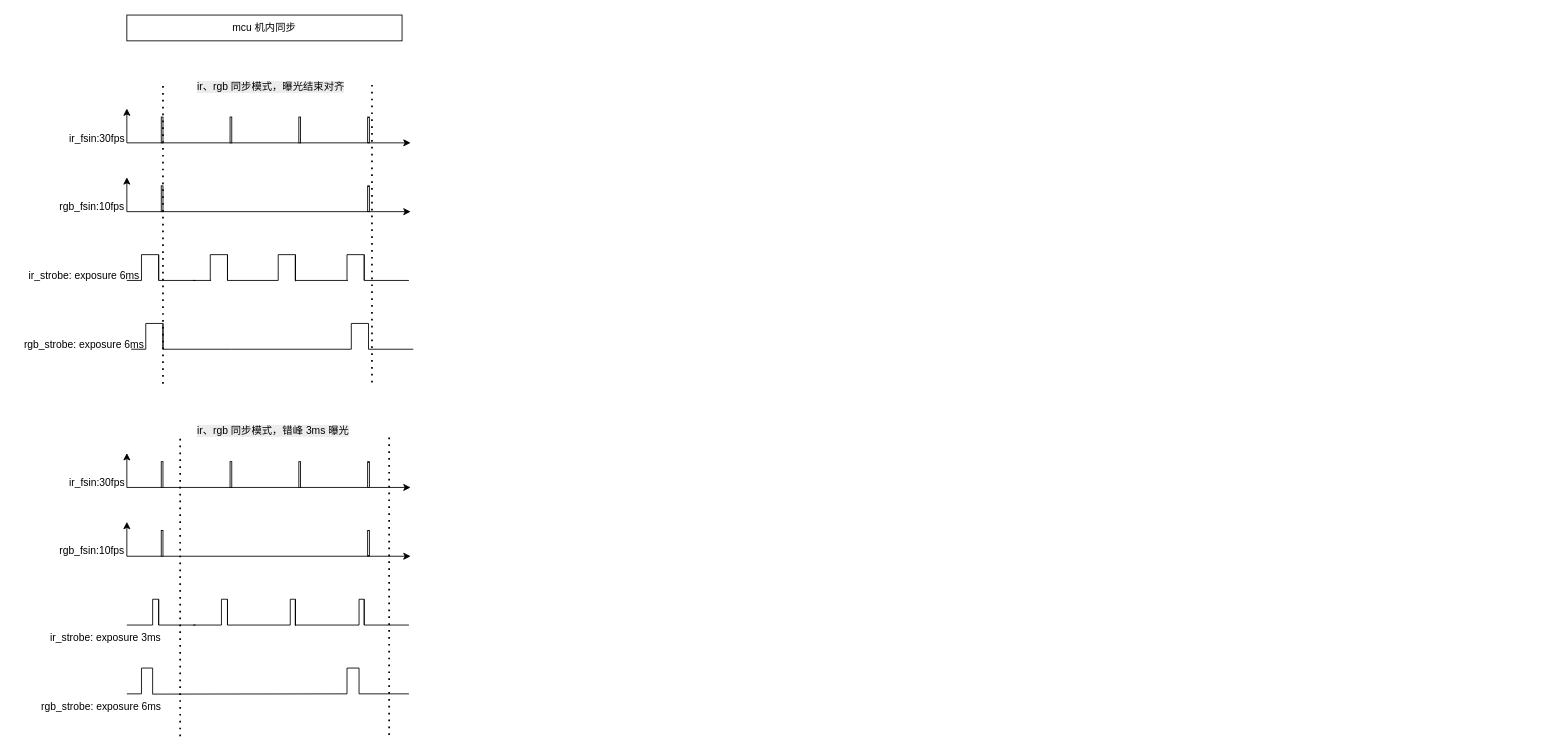
This is ob2505_mcu.drawio from Yancy35/mydrawnote, a draw.io file, before an edit. Source tidied: cells renumbered, new cells numbered last; positions are measured from the earlier drawing's top-left corner, leaving out a move shared by most shapes. Both pictures are drawn from the tidied source at 86%, with x=0, y=0 at pixel (15, 15).
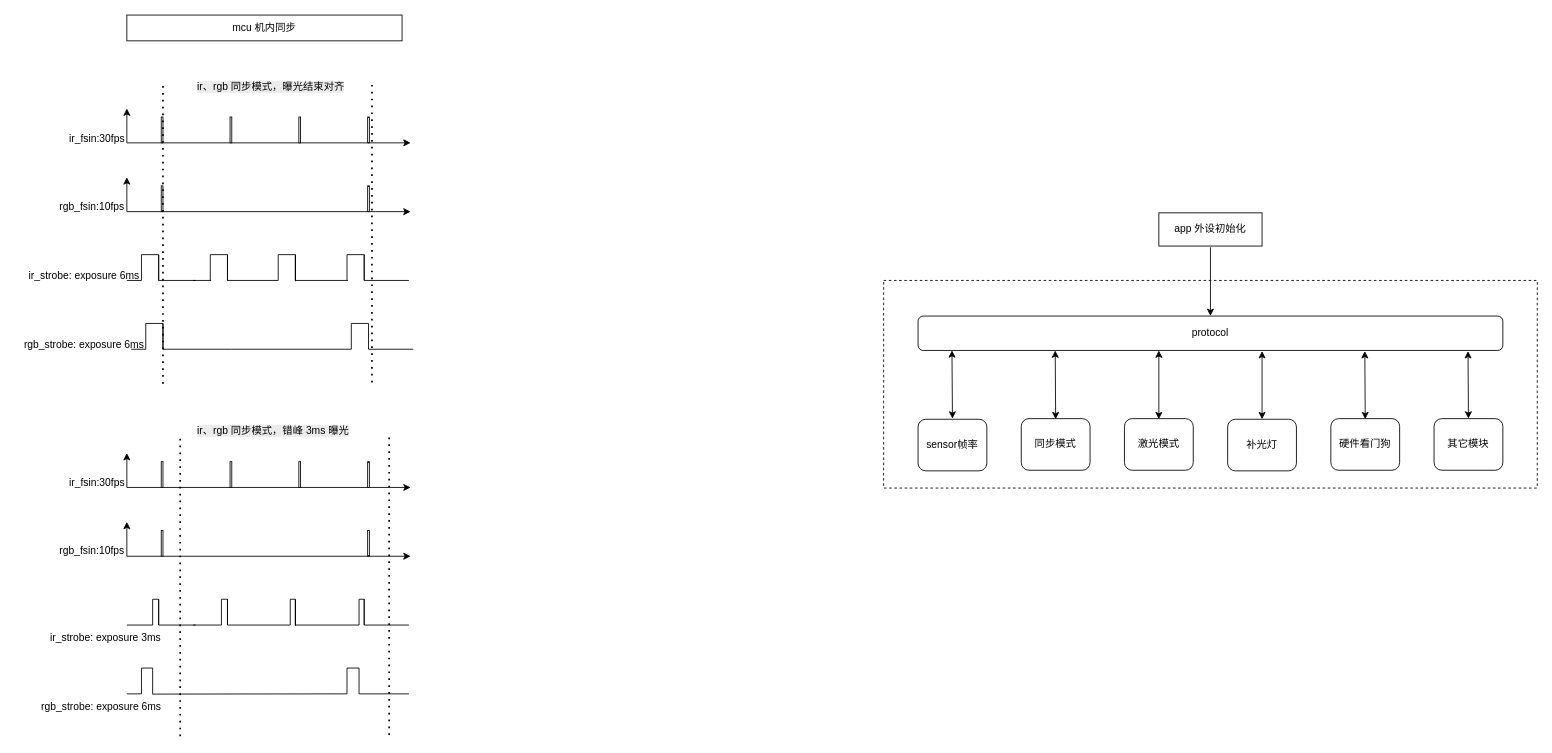
The same page after the edit.

The edit, as a diff of the source:
```diff
@@
+    <mxCell id="103" value="protocol" style="rounded=1;whiteSpace=wrap;html=1;" parent="1" vertex="1">
+      <mxGeometry x="1050" y="350" width="680" height="40" as="geometry" />
+    </mxCell>
+    <mxCell id="104" value="sensor帧率" style="rounded=1;whiteSpace=wrap;html=1;" parent="1" vertex="1">
+      <mxGeometry x="1050" y="470" width="80" height="60" as="geometry" />
+    </mxCell>
+    <mxCell id="105" value="激光模式" style="rounded=1;whiteSpace=wrap;html=1;" parent="1" vertex="1">
+      <mxGeometry x="1290" y="469.3" width="80" height="60" as="geometry" />
+    </mxCell>
+    <mxCell id="106" value="补光灯" style="rounded=1;whiteSpace=wrap;html=1;" parent="1" vertex="1">
+      <mxGeometry x="1410" y="470" width="80" height="60" as="geometry" />
+    </mxCell>
+    <mxCell id="107" value="同步模式" style="rounded=1;whiteSpace=wrap;html=1;" parent="1" vertex="1">
+      <mxGeometry x="1170" y="469.3" width="80" height="60" as="geometry" />
+    </mxCell>
+    <mxCell id="108" value="app 外设初始化" style="rounded=0;whiteSpace=wrap;html=1;" parent="1" vertex="1">
+      <mxGeometry x="1330" y="230" width="120" height="38.6" as="geometry" />
+    </mxCell>
+    <mxCell id="109" value="硬件看门狗" style="rounded=1;whiteSpace=wrap;html=1;" parent="1" vertex="1">
+      <mxGeometry x="1530" y="469.3" width="80" height="60" as="geometry" />
+    </mxCell>
+    <mxCell id="110" value="其它模块" style="rounded=1;whiteSpace=wrap;html=1;" parent="1" vertex="1">
+      <mxGeometry x="1650" y="469.3" width="80" height="60" as="geometry" />
+    </mxCell>
+    <mxCell id="111" style="endArrow=classic;html=1;rounded=0;entryX=0.5;entryY=0;entryDx=0;entryDy=0;" parent="1" edge="1" target="103">
+      <mxGeometry relative="1" as="geometry">
+        <mxPoint x="1390" y="270" as="sourcePoint" />
+      </mxGeometry>
+    </mxCell>
+    <mxCell id="112" style="endArrow=classic;startArrow=classic;html=1;rounded=0;entryX=0.058;entryY=0.997;entryDx=0;entryDy=0;entryPerimeter=0;" parent="1" edge="1" target="103">
+      <mxGeometry relative="1" as="geometry">
+        <mxPoint x="1090" y="469.3" as="sourcePoint" />
+      </mxGeometry>
+    </mxCell>
+    <mxCell id="113" style="endArrow=classic;startArrow=classic;html=1;rounded=0;entryX=0.058;entryY=0.997;entryDx=0;entryDy=0;entryPerimeter=0;" parent="1" edge="1">
+      <mxGeometry relative="1" as="geometry">
+        <mxPoint x="1210" y="470" as="sourcePoint" />
+        <mxPoint x="1209.5" y="390" as="targetPoint" />
+      </mxGeometry>
+    </mxCell>
+    <mxCell id="114" style="endArrow=classic;startArrow=classic;html=1;rounded=0;entryX=0.058;entryY=0.997;entryDx=0;entryDy=0;entryPerimeter=0;" parent="1" edge="1">
+      <mxGeometry relative="1" as="geometry">
+        <mxPoint x="1330" y="470" as="sourcePoint" />
+        <mxPoint x="1330" y="390" as="targetPoint" />
+      </mxGeometry>
+    </mxCell>
+    <mxCell id="115" style="endArrow=classic;startArrow=classic;html=1;rounded=0;entryX=0.058;entryY=0.997;entryDx=0;entryDy=0;entryPerimeter=0;exitX=0.5;exitY=0;exitDx=0;exitDy=0;" parent="1" edge="1" source="106">
+      <mxGeometry relative="1" as="geometry">
+        <mxPoint x="1450" y="390.7" as="targetPoint" />
+      </mxGeometry>
+    </mxCell>
+    <mxCell id="116" style="endArrow=classic;startArrow=classic;html=1;rounded=0;entryX=0.058;entryY=0.997;entryDx=0;entryDy=0;entryPerimeter=0;" parent="1" edge="1">
+      <mxGeometry relative="1" as="geometry">
+        <mxPoint x="1570" y="470" as="sourcePoint" />
+        <mxPoint x="1569.5" y="390.7" as="targetPoint" />
+      </mxGeometry>
+    </mxCell>
+    <mxCell id="117" style="endArrow=classic;startArrow=classic;html=1;rounded=0;entryX=0.058;entryY=0.997;entryDx=0;entryDy=0;entryPerimeter=0;exitX=0.5;exitY=0;exitDx=0;exitDy=0;" parent="1" edge="1" source="110">
+      <mxGeometry relative="1" as="geometry">
+        <mxPoint x="1689.5" y="390.7" as="targetPoint" />
+      </mxGeometry>
+    </mxCell>
+    <mxCell id="118" style="verticalLabelPosition=bottom;verticalAlign=top;html=1;shape=mxgraph.basic.rect;fillColor2=none;strokeWidth=1;size=20;indent=5;fillColor=none;dashed=1;" parent="1" vertex="1">
+      <mxGeometry x="1010" y="308.6" width="760" height="241.4" as="geometry" />
+    </mxCell>
```
